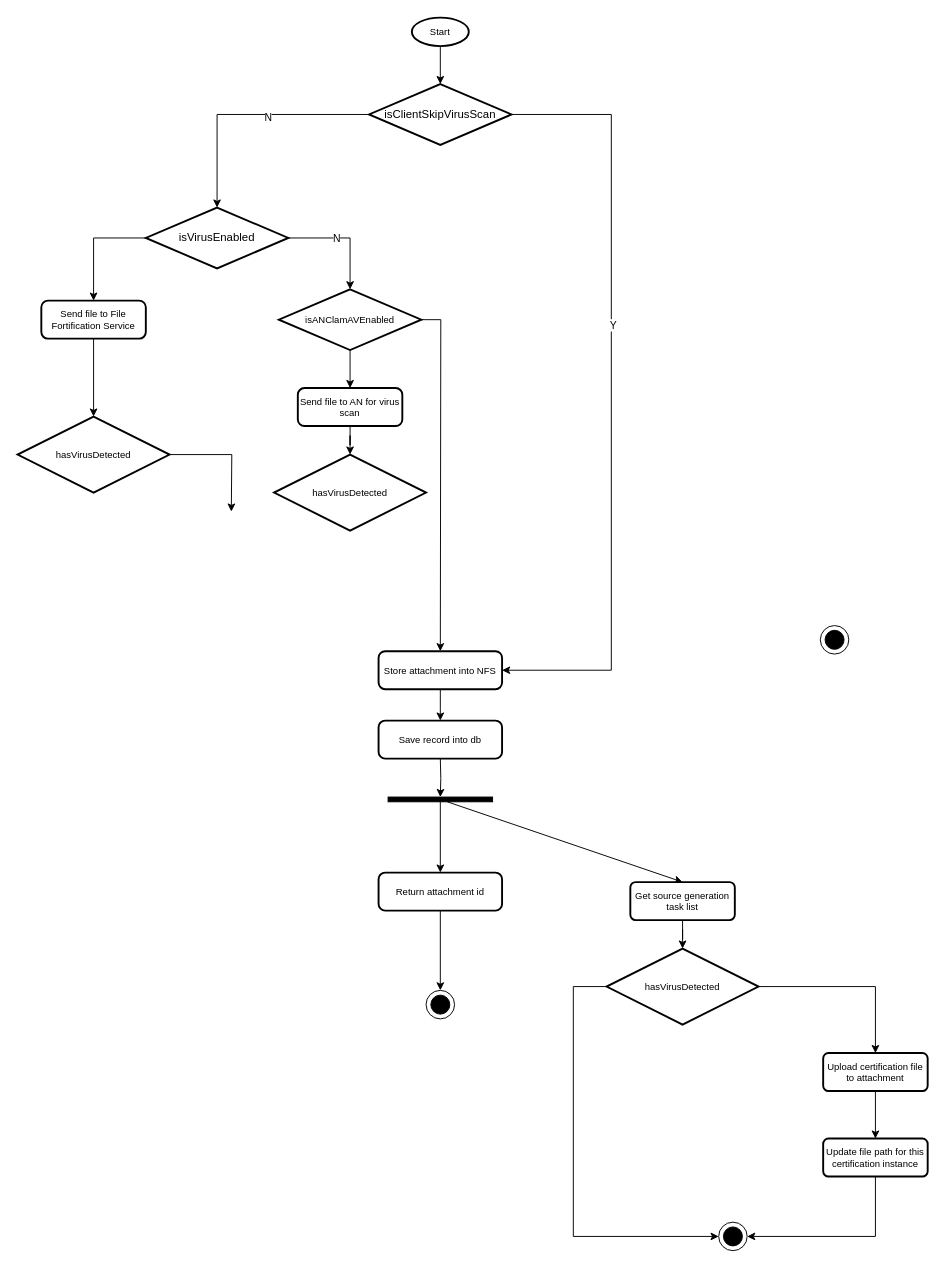
This is page "Source generation" (1 of 8) of attachment-service.drawio from huangshijie/Drawio, a draw.io file, before an edit. Source tidied: cells renumbered, new cells numbered last; positions are measured from the earlier drawing's top-left corner, leaving out a move shared by most shapes. Both pictures are drawn from the tidied source at 95%, with x=0, y=0 at pixel (17, 17).
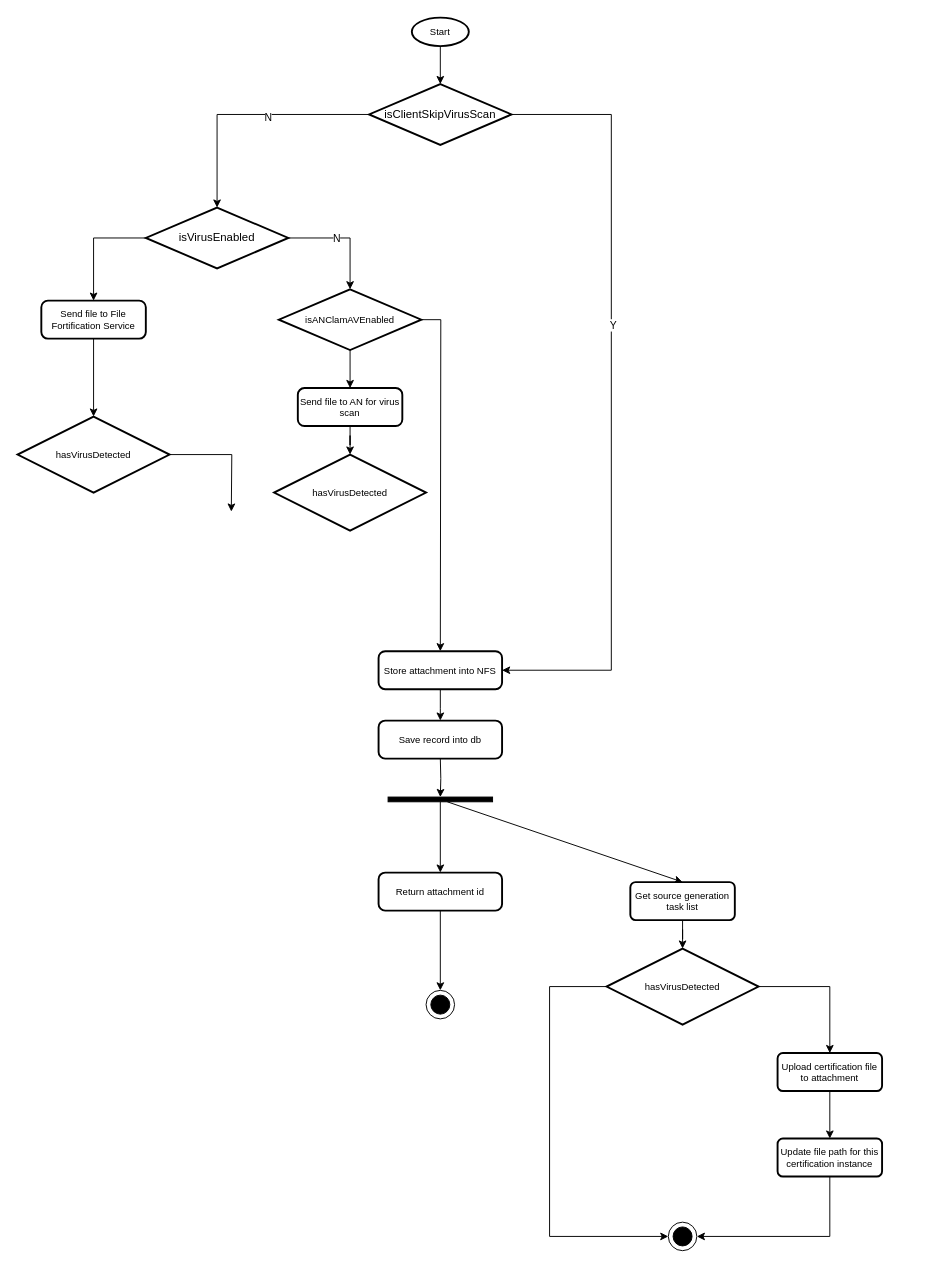
Above is the later version.

Unchanged cells that the change refers to:
```xml
<mxCell id="35" value="hasVirusDetected" style="strokeWidth=2;html=1;shape=mxgraph.flowchart.decision;whiteSpace=wrap;fontSize=10;" parent="1" vertex="1">
  <mxGeometry x="620" y="980" width="160" height="80" as="geometry" />
</mxCell>
```

What changed in the source:
```diff
@@
-    <mxCell id="3" style="group;" parent="1" vertex="1">
-      <mxGeometry x="845" y="640" width="30" height="30" as="geometry" />
-    </mxCell>
-    <mxCell id="4" style="verticalLabelPosition=bottom;verticalAlign=top;html=1;shape=mxgraph.flowchart.on-page_reference;fontSize=10;" parent="3" vertex="1">
-      <mxGeometry width="30" height="30" as="geometry" />
-    </mxCell>
-    <mxCell id="5" style="verticalLabelPosition=bottom;verticalAlign=top;html=1;shape=mxgraph.flowchart.on-page_reference;fontSize=10;fillColor=#000000;" parent="3" vertex="1">
-      <mxGeometry x="5" y="5" width="20" height="20" as="geometry" />
-    </mxCell>
@@
     <mxCell id="41" value="Upload certification file to attachment" style="whiteSpace=wrap;html=1;fontSize=10;fillColor=#FFFFFF;rounded=1;arcSize=14;strokeWidth=2;" parent="1" vertex="1">
-      <mxGeometry x="848" y="1090" width="110" height="40" as="geometry" />
+      <mxGeometry x="800" y="1090" width="110" height="40" as="geometry" />
     </mxCell>
@@
     <mxCell id="43" value="Update file path for this certification instance" style="whiteSpace=wrap;html=1;fontSize=10;fillColor=#FFFFFF;rounded=1;arcSize=14;strokeWidth=2;" parent="1" vertex="1">
-      <mxGeometry x="848" y="1180" width="110" height="40" as="geometry" />
+      <mxGeometry x="800" y="1180" width="110" height="40" as="geometry" />
     </mxCell>
@@
     <mxCell id="45" style="verticalLabelPosition=bottom;verticalAlign=top;html=1;shape=mxgraph.flowchart.on-page_reference;fontSize=10;" parent="1" vertex="1">
-      <mxGeometry x="738" y="1268" width="30" height="30" as="geometry" />
+      <mxGeometry x="685" y="1268" width="30" height="30" as="geometry" />
     </mxCell>
     <mxCell id="46" style="edgeStyle=orthogonalEdgeStyle;rounded=0;sketch=0;jettySize=auto;html=1;entryX=0;entryY=0.5;entryDx=0;entryDy=0;entryPerimeter=0;shadow=0;fontSize=10;endArrow=classic;endFill=1;exitX=0;exitY=0.5;exitDx=0;exitDy=0;exitPerimeter=0;" parent="1" edge="1" source="35" target="45">
       <mxGeometry relative="1" as="geometry">
         <Array as="points">
-          <mxPoint x="585" y="1020" />
-          <mxPoint x="585" y="1283" />
+          <mxPoint x="560" y="1020" />
+          <mxPoint x="560" y="1283" />
         </Array>
       </mxGeometry>
     </mxCell>
     <mxCell id="47" style="verticalLabelPosition=bottom;verticalAlign=top;html=1;shape=mxgraph.flowchart.on-page_reference;fontSize=10;fillColor=#000000;" parent="1" vertex="1">
-      <mxGeometry x="743" y="1273" width="20" height="20" as="geometry" />
+      <mxGeometry x="690" y="1273" width="20" height="20" as="geometry" />
     </mxCell>
```
